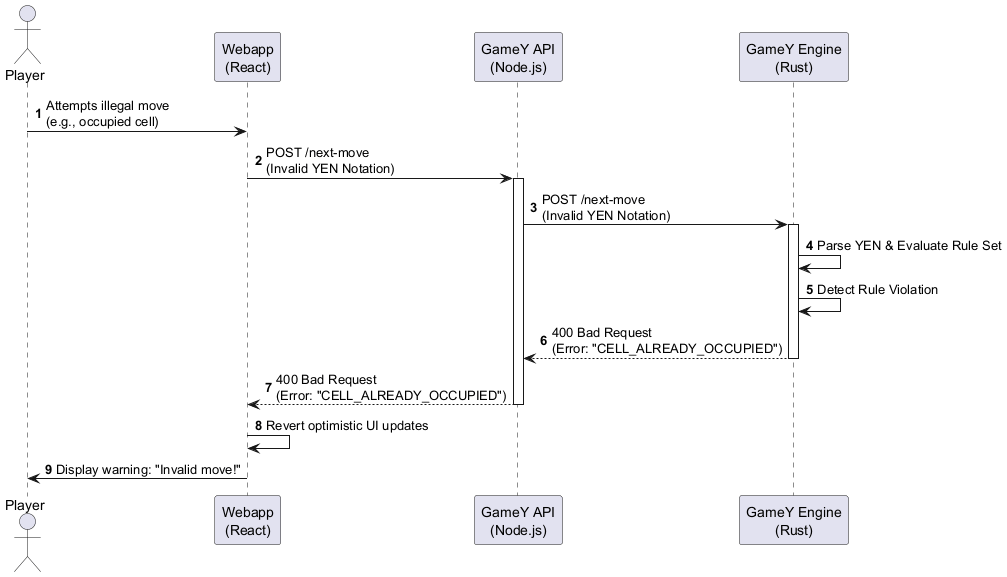
Before: images/invalid-move.png, a diagram exported from PlantUML (Arquisoft/yovi_en1a).
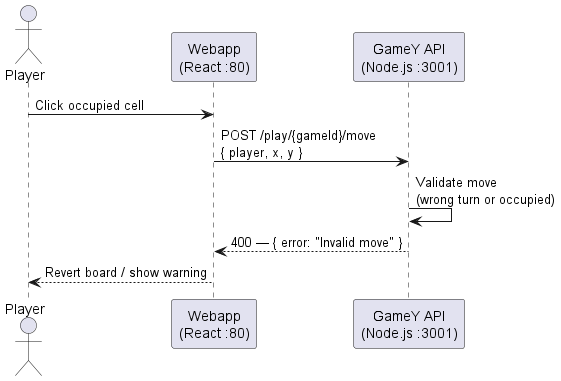
The same file after the commit.

Change to the diagram source:
```diff
@@ -1,24 +1,11 @@
 @startuml
-autonumber
-actor "Player" as User
-participant "Webapp\n(React)" as UI
-participant "GameY API\n(Node.js)" as API
-participant "GameY Engine\n(Rust)" as Rust
+actor "Player" as Player
+participant "Webapp\n(React :80)" as Webapp
+participant "GameY API\n(Node.js :3001)" as API
 
-User -> UI : Attempts illegal move\n(e.g., occupied cell)
-UI -> API : POST /next-move \n(Invalid YEN Notation)
-activate API
-API -> Rust : POST /next-move \n(Invalid YEN Notation)
-activate Rust
-
-Rust -> Rust : Parse YEN & Evaluate Rule Set
-Rust -> Rust : Detect Rule Violation
-
-Rust --> API : 400 Bad Request \n(Error: "CELL_ALREADY_OCCUPIED")
-deactivate Rust
-API --> UI : 400 Bad Request \n(Error: "CELL_ALREADY_OCCUPIED")
-deactivate API
-
-UI -> UI : Revert optimistic UI updates
-UI -> User : Display warning: "Invalid move!"
+Player -> Webapp : Click occupied cell
+Webapp -> API : POST /play/{gameId}/move\n{ player, x, y }
+API -> API : Validate move\n(wrong turn or occupied)
+API --> Webapp : 400 — { error: "Invalid move" }
+Webapp --> Player : Revert board / show warning
 @enduml
```
